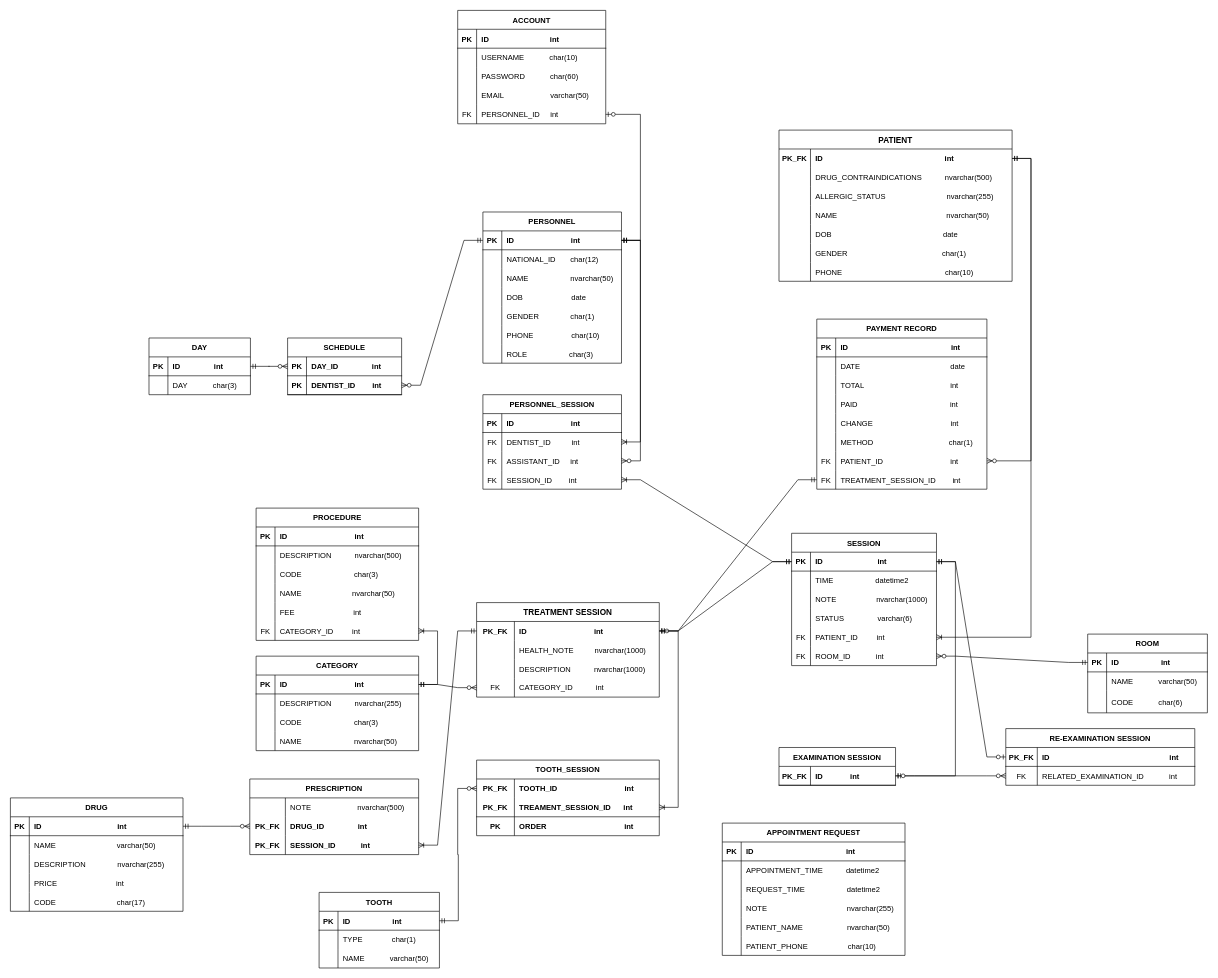
nibtr/clinic-db keeps this draw.io diagram as diagrams/physical-diagram.drawio. Above is the earlier version. Source tidied: cells renumbered, new cells numbered last; positions are measured from the earlier drawing's top-left corner, leaving out a move shared by most shapes. Both pictures are drawn from the tidied source at 63%, with x=0, y=0 at pixel (10, 10).
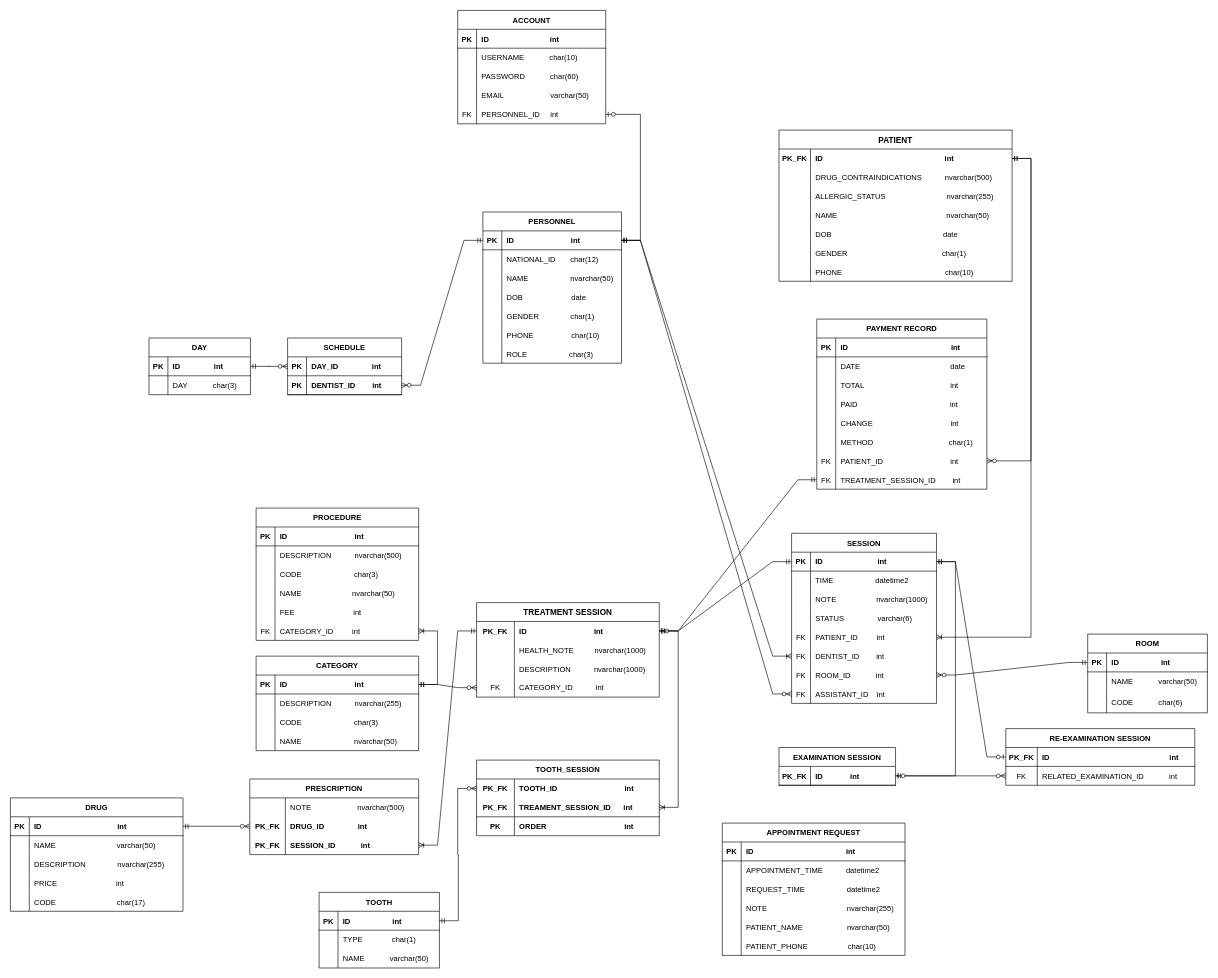
The same page after the edit.

Commit message (it also covers changes not shown here):
fix: diagram + docs + data-gen + .bak

Unchanged cells that the change refers to:
```xml
<mxCell id="19" style="shape=tableRow;horizontal=0;startSize=0;swimlaneHead=0;swimlaneBody=0;fillColor=none;points=[[0,0.5],[1,0.5]];portConstraint=eastwest;top=0;left=0;right=0;bottom=1;" parent="18" vertex="1">
  <mxGeometry y="30" width="220" height="30" as="geometry" />
</mxCell>
<mxCell id="88" style="shape=tableRow;horizontal=0;startSize=0;swimlaneHead=0;swimlaneBody=0;fillColor=none;points=[[0,0.5],[1,0.5]];portConstraint=eastwest;top=0;left=0;right=0;bottom=1;fontSize=12;" parent="87" vertex="1">
  <mxGeometry y="30" width="230" height="30" as="geometry" />
</mxCell>
```

The edit, as a diff of the source:
```diff
@@
     <mxCell id="87" value="SESSION" style="shape=table;startSize=30;childLayout=tableLayout;rowLines=0;fontStyle=1;align=center;fontSize=12;" parent="1" vertex="1">
-      <mxGeometry x="1240" y="830" width="230" height="210" as="geometry" />
+      <mxGeometry x="1240" y="830" width="230" height="270" as="geometry" />
     </mxCell>
@@
+    <mxCell id="284" style="shape=tableRow;horizontal=0;startSize=0;swimlaneHead=0;swimlaneBody=0;fillColor=none;points=[[0,0.5],[1,0.5]];portConstraint=eastwest;top=0;left=0;right=0;bottom=0;fontSize=12;" parent="87" vertex="1">
+      <mxGeometry y="180" width="230" height="30" as="geometry" />
+    </mxCell>
+    <mxCell id="285" value="FK" style="shape=partialRectangle;fillColor=none;top=0;left=0;bottom=0;right=0;overflow=hidden;fontSize=12;" parent="284" vertex="1">
+      <mxGeometry width="30" height="30" as="geometry" />
+    </mxCell>
+    <mxCell id="274" value="DENTIST_ID        int" style="shape=partialRectangle;fillColor=none;top=0;left=0;bottom=0;right=0;align=left;spacingLeft=6;overflow=hidden;fontSize=12;" parent="284" vertex="1">
+      <mxGeometry x="30" width="200" height="30" as="geometry" />
+    </mxCell>
     <mxCell id="103" style="shape=tableRow;horizontal=0;startSize=0;swimlaneHead=0;swimlaneBody=0;fillColor=none;points=[[0,0.5],[1,0.5]];portConstraint=eastwest;top=0;left=0;right=0;bottom=0;fontSize=12;" parent="87" vertex="1">
-      <mxGeometry y="180" width="230" height="30" as="geometry" />
+      <mxGeometry y="210" width="230" height="30" as="geometry" />
     </mxCell>
@@
+    <mxCell id="286" style="shape=tableRow;horizontal=0;startSize=0;swimlaneHead=0;swimlaneBody=0;fillColor=none;points=[[0,0.5],[1,0.5]];portConstraint=eastwest;top=0;left=0;right=0;bottom=0;fontSize=12;" parent="87" vertex="1">
+      <mxGeometry y="240" width="230" height="30" as="geometry" />
+    </mxCell>
+    <mxCell id="287" value="FK" style="shape=partialRectangle;fillColor=none;top=0;left=0;bottom=0;right=0;overflow=hidden;fontSize=12;" parent="286" vertex="1">
+      <mxGeometry width="30" height="30" as="geometry" />
+    </mxCell>
+    <mxCell id="277" value="ASSISTANT_ID    int" style="shape=partialRectangle;fillColor=none;top=0;left=0;bottom=0;right=0;align=left;spacingLeft=6;overflow=hidden;fontSize=12;" parent="286" vertex="1">
+      <mxGeometry x="30" width="200" height="30" as="geometry" />
+    </mxCell>
@@
-    <mxCell id="268" value="PERSONNEL_SESSION" style="shape=table;startSize=30;childLayout=tableLayout;rowLines=0;fontStyle=1;align=center;" parent="1" vertex="1">
-      <mxGeometry x="750" y="610" width="220" height="150" as="geometry" />
-    </mxCell>
-    <mxCell id="269" style="shape=tableRow;horizontal=0;startSize=0;swimlaneHead=0;swimlaneBody=0;fillColor=none;top=0;left=0;right=0;bottom=1;" parent="268" vertex="1">
-      <mxGeometry y="30" width="220" height="30" as="geometry" />
-    </mxCell>
-    <mxCell id="270" value="PK" style="shape=partialRectangle;fillColor=none;top=0;left=0;bottom=0;right=0;fontStyle=1;overflow=hidden;" parent="269" vertex="1">
-      <mxGeometry width="30" height="30" as="geometry" />
-    </mxCell>
-    <mxCell id="271" value="ID                           int" style="shape=partialRectangle;fillColor=none;top=0;left=0;bottom=0;right=0;align=left;spacingLeft=6;fontStyle=1;overflow=hidden;" parent="269" vertex="1">
-      <mxGeometry x="30" width="190" height="30" as="geometry" />
-    </mxCell>
-    <mxCell id="272" style="shape=tableRow;horizontal=0;startSize=0;swimlaneHead=0;swimlaneBody=0;fillColor=none;points=[[0,0.5],[1,0.5]];portConstraint=eastwest;top=0;left=0;right=0;bottom=0;" parent="268" vertex="1">
-      <mxGeometry y="60" width="220" height="30" as="geometry" />
-    </mxCell>
-    <mxCell id="273" value="FK" style="shape=partialRectangle;fillColor=none;top=0;left=0;bottom=0;right=0;overflow=hidden;" parent="272" vertex="1">
-      <mxGeometry width="30" height="30" as="geometry" />
-    </mxCell>
-    <mxCell id="274" value="DENTIST_ID          int" style="shape=partialRectangle;fillColor=none;top=0;left=0;bottom=0;right=0;align=left;spacingLeft=6;overflow=hidden;" parent="272" vertex="1">
-      <mxGeometry x="30" width="190" height="30" as="geometry" />
-    </mxCell>
-    <mxCell id="275" style="shape=tableRow;horizontal=0;startSize=0;swimlaneHead=0;swimlaneBody=0;fillColor=none;points=[[0,0.5],[1,0.5]];portConstraint=eastwest;top=0;left=0;right=0;bottom=0;" parent="268" vertex="1">
-      <mxGeometry y="90" width="220" height="30" as="geometry" />
-    </mxCell>
-    <mxCell id="276" value="FK" style="shape=partialRectangle;fillColor=none;top=0;left=0;bottom=0;right=0;overflow=hidden;" parent="275" vertex="1">
-      <mxGeometry width="30" height="30" as="geometry" />
-    </mxCell>
-    <mxCell id="277" value="ASSISTANT_ID     int" style="shape=partialRectangle;fillColor=none;top=0;left=0;bottom=0;right=0;align=left;spacingLeft=6;overflow=hidden;" parent="275" vertex="1">
-      <mxGeometry x="30" width="190" height="30" as="geometry" />
-    </mxCell>
-    <mxCell id="278" style="shape=tableRow;horizontal=0;startSize=0;swimlaneHead=0;swimlaneBody=0;fillColor=none;points=[[0,0.5],[1,0.5]];portConstraint=eastwest;top=0;left=0;right=0;bottom=0;" parent="268" vertex="1">
-      <mxGeometry y="120" width="220" height="30" as="geometry" />
-    </mxCell>
-    <mxCell id="279" value="FK" style="shape=partialRectangle;fillColor=none;top=0;left=0;bottom=0;right=0;overflow=hidden;" parent="278" vertex="1">
-      <mxGeometry width="30" height="30" as="geometry" />
-    </mxCell>
-    <mxCell id="280" value="SESSION_ID        int" style="shape=partialRectangle;fillColor=none;top=0;left=0;bottom=0;right=0;align=left;spacingLeft=6;overflow=hidden;" parent="278" vertex="1">
-      <mxGeometry x="30" width="190" height="30" as="geometry" />
-    </mxCell>
-    <mxCell id="281" style="edgeStyle=entityRelationEdgeStyle;fontSize=12;html=1;endArrow=ERoneToMany;startArrow=ERmandOne;rounded=0;" parent="1" edge="1" source="19" target="272">
+    <mxCell id="281" style="edgeStyle=entityRelationEdgeStyle;fontSize=12;html=1;endArrow=ERoneToMany;startArrow=ERmandOne;rounded=0;" parent="1" edge="1" source="19" target="284">
       <mxGeometry relative="1" as="geometry" />
     </mxCell>
-    <mxCell id="282" style="edgeStyle=entityRelationEdgeStyle;fontSize=12;html=1;endArrow=ERzeroToMany;startArrow=ERmandOne;rounded=0;" parent="1" edge="1" source="19" target="275">
+    <mxCell id="282" style="edgeStyle=entityRelationEdgeStyle;fontSize=12;html=1;endArrow=ERzeroToMany;startArrow=ERmandOne;rounded=0;" parent="1" edge="1" source="19" target="286">
       <mxGeometry relative="1" as="geometry" />
     </mxCell>
-    <mxCell id="283" style="edgeStyle=entityRelationEdgeStyle;fontSize=12;html=1;endArrow=ERoneToMany;startArrow=ERmandOne;rounded=0;" parent="1" edge="1" source="88" target="278">
-      <mxGeometry relative="1" as="geometry" />
-    </mxCell>
```
